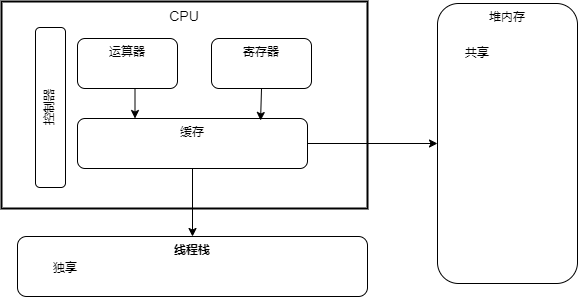
This is java线程特性.drawio.png from JamethCook/drowView, a draw.io export, as it was before one commit. Source tidied: cells renumbered, new cells last; positions are measured from the earlier drawing's top-left corner, leaving out a move shared by most shapes.
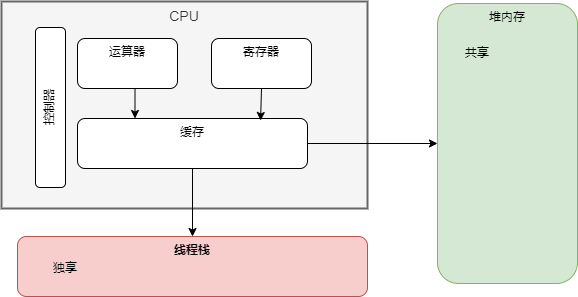
After the commit.

Commit message:
已添加 java线程特性.drawio.png

Change to the diagram source:
```diff
@@ -2,13 +2,13 @@
   <root>
     <mxCell id="0" />
     <mxCell id="1" parent="0" />
-    <mxCell id="2" value="CPU" style="rounded=0;whiteSpace=wrap;html=1;strokeWidth=2;fontSize=14;verticalAlign=top;" parent="1" vertex="1">
+    <mxCell id="2" value="CPU" style="rounded=0;whiteSpace=wrap;html=1;strokeWidth=2;fontSize=14;verticalAlign=top;fillColor=#f5f5f5;fontColor=#333333;strokeColor=#666666;" parent="1" vertex="1">
       <mxGeometry width="366" height="207" as="geometry" />
     </mxCell>
-    <mxCell id="3" value="线程栈" style="rounded=1;whiteSpace=wrap;html=1;verticalAlign=top;fontStyle=1;" parent="1" vertex="1">
+    <mxCell id="3" value="线程栈" style="rounded=1;whiteSpace=wrap;html=1;verticalAlign=top;fontStyle=1;fillColor=#f8cecc;strokeColor=#b85450;" parent="1" vertex="1">
       <mxGeometry x="16" y="235" width="350" height="60" as="geometry" />
     </mxCell>
-    <mxCell id="4" value="堆内存" style="rounded=1;whiteSpace=wrap;html=1;verticalAlign=top;" parent="1" vertex="1">
+    <mxCell id="4" value="堆内存" style="rounded=1;whiteSpace=wrap;html=1;verticalAlign=top;fillColor=#d5e8d4;strokeColor=#82b366;" parent="1" vertex="1">
       <mxGeometry x="436" y="2" width="140" height="280" as="geometry" />
     </mxCell>
     <mxCell id="5" style="edgeStyle=orthogonalEdgeStyle;rounded=0;jettySize=auto;html=1;" parent="1" edge="1" source="7" target="3">
```
